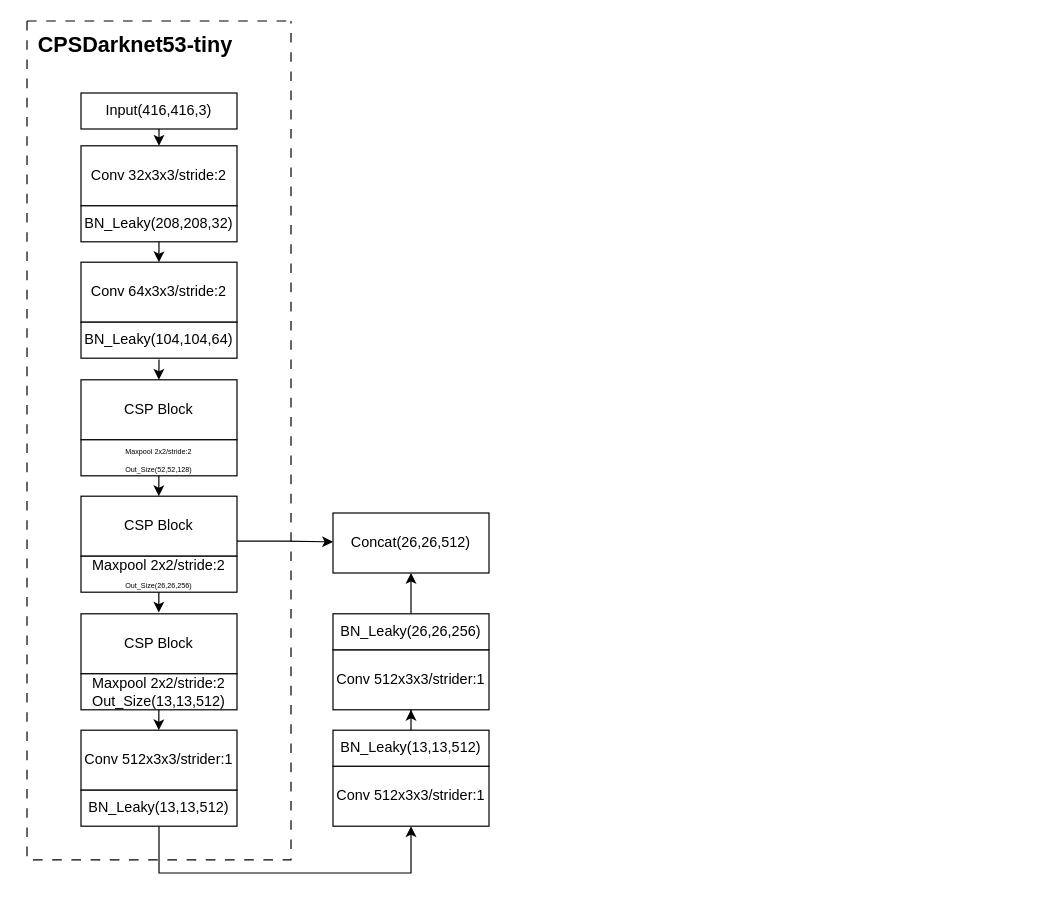
This is 系统顶层.drawio from Tanglia/draw, a draw.io file, before an edit. Source tidied: cells renumbered, new cells numbered last; positions are measured from the earlier drawing's top-left corner, leaving out a move shared by most shapes. Both pictures are drawn from the tidied source at 120%, with x=0, y=0 at pixel (20, 20).
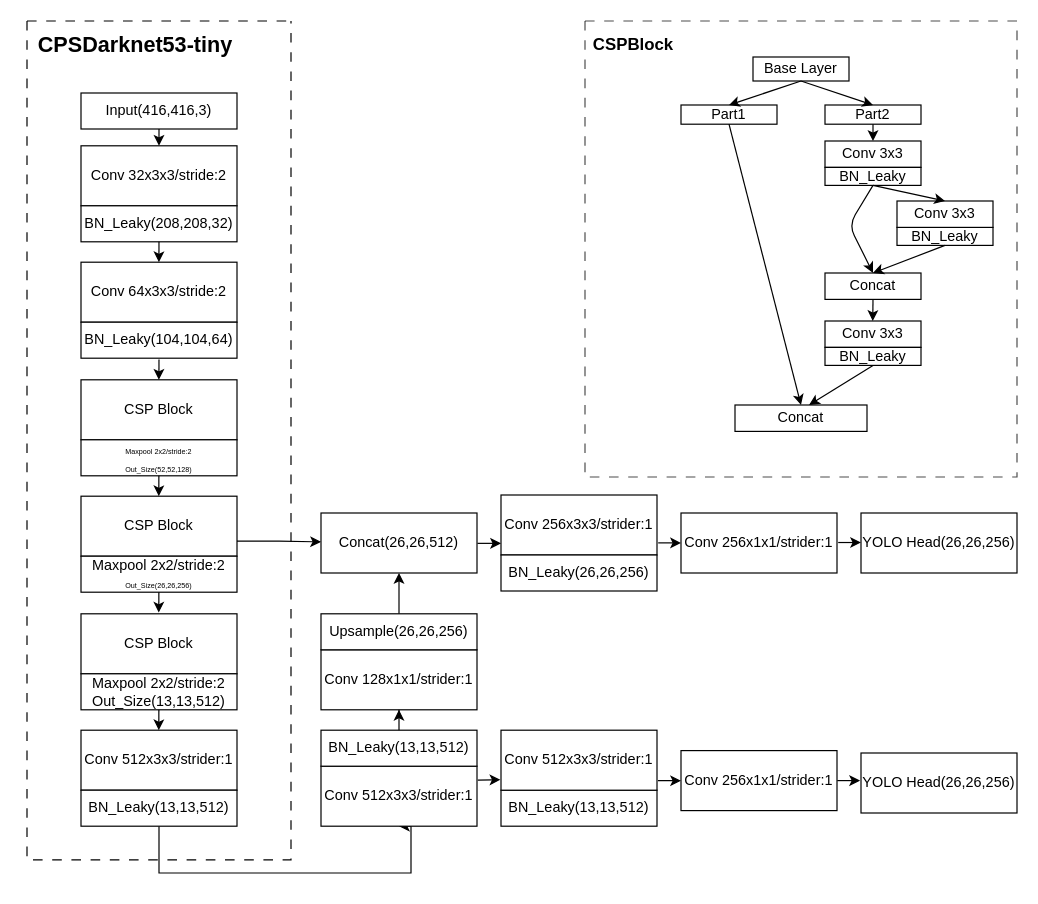
Above is the later version.

Commit message:
更新系统顶层.drawio

Diff of the diagram source:
```diff
@@
     <mxCell id="25" value="Conv 512x3x3/strider:1" style="rounded=0;whiteSpace=wrap;html=1;flipV=0;flipH=1;direction=west;" parent="1" vertex="1">
-      <mxGeometry x="260" y="621" width="130" height="50" as="geometry" />
+      <mxGeometry x="250" y="621" width="130" height="50" as="geometry" />
     </mxCell>
@@
     <mxCell id="27" value="BN_Leaky(13,13,512)" style="rounded=0;whiteSpace=wrap;html=1;flipV=0;flipH=1;direction=west;" parent="1" vertex="1">
-      <mxGeometry x="260" y="591" width="130" height="30" as="geometry" />
+      <mxGeometry x="250" y="591" width="130" height="30" as="geometry" />
     </mxCell>
-    <mxCell id="28" value="Conv 512x3x3/strider:1" style="rounded=0;whiteSpace=wrap;html=1;flipV=0;flipH=1;direction=west;" parent="1" vertex="1">
-      <mxGeometry x="260" y="524" width="130" height="50" as="geometry" />
+    <mxCell id="28" value="Conv 128x1x1/strider:1" style="rounded=0;whiteSpace=wrap;html=1;flipV=0;flipH=1;direction=west;" parent="1" vertex="1">
+      <mxGeometry x="250" y="524" width="130" height="50" as="geometry" />
     </mxCell>
@@
-    <mxCell id="30" value="BN_Leaky(26,26,256)" style="rounded=0;whiteSpace=wrap;html=1;flipV=0;flipH=1;direction=west;" parent="1" vertex="1">
-      <mxGeometry x="260" y="494" width="130" height="30" as="geometry" />
+    <mxCell id="30" value="Upsample(26,26,256)" style="rounded=0;whiteSpace=wrap;html=1;flipV=0;flipH=1;direction=west;" parent="1" vertex="1">
+      <mxGeometry x="250" y="494" width="130" height="30" as="geometry" />
     </mxCell>
     <mxCell id="31" value="Concat(26,26,512)" style="rounded=0;whiteSpace=wrap;html=1;flipV=0;flipH=1;direction=west;" parent="1" vertex="1">
-      <mxGeometry x="260" y="410" width="130" height="50" as="geometry" />
+      <mxGeometry x="250" y="410" width="130" height="50" as="geometry" />
     </mxCell>
+    <mxCell id="32" value="Conv 256x3x3/strider:1" style="rounded=0;whiteSpace=wrap;html=1;flipV=1;flipH=0;" parent="1" vertex="1">
+      <mxGeometry x="400" y="395" width="130" height="50" as="geometry" />
+    </mxCell>
+    <mxCell id="33" value="BN_Leaky(26,26,256)" style="rounded=0;whiteSpace=wrap;html=1;flipV=1;flipH=0;" parent="1" vertex="1">
+      <mxGeometry x="400" y="445" width="130" height="30" as="geometry" />
+    </mxCell>
+    <mxCell id="34" value="BN_Leaky(13,13,512)" style="rounded=0;whiteSpace=wrap;html=1;flipV=0;flipH=1;direction=west;" parent="1" vertex="1">
+      <mxGeometry x="400" y="641" width="130" height="30" as="geometry" />
+    </mxCell>
+    <mxCell id="35" value="Conv 512x3x3/strider:1" style="rounded=0;whiteSpace=wrap;html=1;flipV=0;flipH=1;direction=west;" parent="1" vertex="1">
+      <mxGeometry x="400" y="591" width="130" height="50" as="geometry" />
+    </mxCell>
+    <mxCell id="36" value="YOLO Head(26,26,256)" style="rounded=0;whiteSpace=wrap;html=1;flipV=0;flipH=1;direction=west;" parent="1" vertex="1">
+      <mxGeometry x="700" y="610" width="130" height="50" as="geometry" />
+    </mxCell>
+    <mxCell id="37" value="Conv 256x1x1/strider:1" style="rounded=0;whiteSpace=wrap;html=1;flipV=0;flipH=1;direction=west;" parent="1" vertex="1">
+      <mxGeometry x="550" y="410" width="130" height="50" as="geometry" />
+    </mxCell>
+    <mxCell id="38" style="edgeStyle=orthogonalEdgeStyle;rounded=0;jettySize=auto;html=1;exitX=1.006;exitY=0.159;exitDx=0;exitDy=0;exitPerimeter=0;" parent="1" edge="1" source="35" target="39">
+      <mxGeometry relative="1" as="geometry" />
+    </mxCell>
+    <mxCell id="39" value="Conv 256x1x1/strider:1" style="rounded=0;whiteSpace=wrap;html=1;flipV=0;flipH=1;direction=west;" parent="1" vertex="1">
+      <mxGeometry x="550" y="608" width="130" height="50" as="geometry" />
+    </mxCell>
+    <mxCell id="40" value="YOLO Head(26,26,256)" style="rounded=0;whiteSpace=wrap;html=1;flipV=0;flipH=1;direction=west;" parent="1" vertex="1">
+      <mxGeometry x="700" y="410" width="130" height="50" as="geometry" />
+    </mxCell>
+    <mxCell id="41" style="endArrow=classic;html=1;rounded=0;entryX=-0.004;entryY=0.175;entryDx=0;entryDy=0;entryPerimeter=0;exitX=1.005;exitY=0.769;exitDx=0;exitDy=0;exitPerimeter=0;" parent="1" edge="1" source="25" target="35">
+      <mxGeometry relative="1" as="geometry" />
+    </mxCell>
+    <mxCell id="42" style="endArrow=classic;html=1;rounded=0;entryX=0;entryY=0.194;entryDx=0;entryDy=0;entryPerimeter=0;exitX=1.005;exitY=0.769;exitDx=0;exitDy=0;exitPerimeter=0;" parent="1" edge="1" target="32">
+      <mxGeometry relative="1" as="geometry">
+        <mxPoint x="380.4" y="435.3" as="sourcePoint" />
+      </mxGeometry>
+    </mxCell>
+    <mxCell id="43" style="edgeStyle=orthogonalEdgeStyle;rounded=0;orthogonalLoop=1;jettySize=auto;html=1;exitX=1.006;exitY=0.159;exitDx=0;exitDy=0;exitPerimeter=0;" parent="1" edge="1">
+      <mxGeometry relative="1" as="geometry">
+        <mxPoint x="531" y="434.9" as="sourcePoint" />
+        <mxPoint x="550" y="434.9" as="targetPoint" />
+      </mxGeometry>
+    </mxCell>
+    <mxCell id="44" style="edgeStyle=orthogonalEdgeStyle;rounded=0;orthogonalLoop=1;jettySize=auto;html=1;exitX=1.006;exitY=0.159;exitDx=0;exitDy=0;exitPerimeter=0;" parent="1" edge="1">
+      <mxGeometry relative="1" as="geometry">
+        <mxPoint x="681" y="434.6" as="sourcePoint" />
+        <mxPoint x="700" y="434.6" as="targetPoint" />
+      </mxGeometry>
+    </mxCell>
+    <mxCell id="45" style="edgeStyle=orthogonalEdgeStyle;rounded=0;orthogonalLoop=1;jettySize=auto;html=1;exitX=1.006;exitY=0.159;exitDx=0;exitDy=0;exitPerimeter=0;" parent="1" edge="1">
+      <mxGeometry relative="1" as="geometry">
+        <mxPoint x="680.2" y="633" as="sourcePoint" />
+        <mxPoint x="699.2" y="633" as="targetPoint" />
+      </mxGeometry>
+    </mxCell>
+    <mxCell id="46" style="swimlane;startSize=0;dashed=1;dashPattern=8 8;opacity=70;" parent="1" vertex="1">
+      <mxGeometry x="470" width="360" height="380" as="geometry" />
+    </mxCell>
+    <mxCell id="47" value="&lt;b&gt;&lt;font style=&quot;font-size: 14px;&quot;&gt;CSPBlock&lt;/font&gt;&lt;/b&gt;" style="text;html=1;align=center;verticalAlign=middle;strokeColor=none;fillColor=none;" parent="46" vertex="1">
+      <mxGeometry x="-5" y="5" width="90" height="30" as="geometry" />
+    </mxCell>
+    <mxCell id="48" value="Base Layer" style="rounded=0;whiteSpace=wrap;html=1;" parent="46" vertex="1">
+      <mxGeometry x="140" y="30" width="80" height="20" as="geometry" />
+    </mxCell>
+    <mxCell id="49" value="Part1" style="rounded=0;whiteSpace=wrap;html=1;" parent="46" vertex="1">
+      <mxGeometry x="80" y="70" width="80" height="16" as="geometry" />
+    </mxCell>
+    <mxCell id="50" value="Part2" style="rounded=0;whiteSpace=wrap;html=1;" parent="46" vertex="1">
+      <mxGeometry x="200" y="70" width="80" height="16" as="geometry" />
+    </mxCell>
+    <mxCell id="51" value="Conv 3x3" style="rounded=0;whiteSpace=wrap;html=1;" parent="46" vertex="1">
+      <mxGeometry x="200" y="100" width="80" height="22" as="geometry" />
+    </mxCell>
+    <mxCell id="52" value="BN_Leaky" style="rounded=0;whiteSpace=wrap;html=1;" parent="46" vertex="1">
+      <mxGeometry x="200" y="122" width="80" height="15" as="geometry" />
+    </mxCell>
+    <mxCell id="53" value="BN_Leaky" style="rounded=0;whiteSpace=wrap;html=1;" parent="46" vertex="1">
+      <mxGeometry x="260" y="172" width="80" height="15" as="geometry" />
+    </mxCell>
+    <mxCell id="54" value="Conv 3x3" style="rounded=0;whiteSpace=wrap;html=1;" parent="46" vertex="1">
+      <mxGeometry x="260" y="150" width="80" height="22" as="geometry" />
+    </mxCell>
+    <mxCell id="55" value="Concat" style="rounded=0;whiteSpace=wrap;html=1;" parent="46" vertex="1">
+      <mxGeometry x="200" y="210" width="80" height="22" as="geometry" />
+    </mxCell>
+    <mxCell id="56" value="Conv 3x3" style="rounded=0;whiteSpace=wrap;html=1;" parent="46" vertex="1">
+      <mxGeometry x="200" y="250" width="80" height="22" as="geometry" />
+    </mxCell>
+    <mxCell id="57" value="BN_Leaky" style="rounded=0;whiteSpace=wrap;html=1;" parent="46" vertex="1">
+      <mxGeometry x="200" y="272" width="80" height="15" as="geometry" />
+    </mxCell>
+    <mxCell id="58" value="Concat" style="rounded=0;whiteSpace=wrap;html=1;" parent="46" vertex="1">
+      <mxGeometry x="125" y="320" width="110" height="22" as="geometry" />
+    </mxCell>
+    <mxCell id="59" style="endArrow=classic;html=1;rounded=0;entryX=0.5;entryY=0;entryDx=0;entryDy=0;" parent="46" edge="1" target="58">
+      <mxGeometry relative="1" as="geometry">
+        <mxPoint x="120" y="86" as="sourcePoint" />
+      </mxGeometry>
+    </mxCell>
+    <mxCell id="60" style="endArrow=classic;html=1;rounded=0;exitX=0.5;exitY=1;exitDx=0;exitDy=0;entryX=0.5;entryY=0;entryDx=0;entryDy=0;" parent="46" edge="1" source="48" target="49">
+      <mxGeometry relative="1" as="geometry" />
+    </mxCell>
+    <mxCell id="61" style="endArrow=classic;html=1;rounded=0;exitX=0.5;exitY=1;exitDx=0;exitDy=0;entryX=0.5;entryY=0;entryDx=0;entryDy=0;" parent="46" edge="1" source="48" target="50">
+      <mxGeometry relative="1" as="geometry" />
+    </mxCell>
+    <mxCell id="62" style="endArrow=classic;html=1;rounded=0;entryX=0.5;entryY=0;entryDx=0;entryDy=0;exitX=0.5;exitY=1;exitDx=0;exitDy=0;" parent="46" edge="1" source="50" target="51">
+      <mxGeometry relative="1" as="geometry" />
+    </mxCell>
+    <mxCell id="63" style="endArrow=classic;html=1;rounded=0;entryX=0.5;entryY=0;entryDx=0;entryDy=0;exitX=0.5;exitY=1;exitDx=0;exitDy=0;" parent="46" edge="1" source="55">
+      <mxGeometry relative="1" as="geometry">
+        <mxPoint x="239.8" y="250" as="targetPoint" />
+      </mxGeometry>
+    </mxCell>
+    <mxCell id="64" style="endArrow=classic;html=1;rounded=0;entryX=0.5;entryY=0;entryDx=0;entryDy=0;exitX=0.5;exitY=1;exitDx=0;exitDy=0;" parent="46" edge="1" source="52" target="54">
+      <mxGeometry relative="1" as="geometry" />
+    </mxCell>
+    <mxCell id="65" style="endArrow=classic;html=1;rounded=0;exitX=0.5;exitY=1;exitDx=0;exitDy=0;entryX=0.5;entryY=0;entryDx=0;entryDy=0;" parent="46" edge="1" source="53" target="55">
+      <mxGeometry relative="1" as="geometry" />
+    </mxCell>
+    <mxCell id="66" style="endArrow=classic;html=1;rounded=0;exitX=0.5;exitY=1;exitDx=0;exitDy=0;entryX=0.561;entryY=0;entryDx=0;entryDy=0;entryPerimeter=0;" parent="46" edge="1" source="57" target="58">
+      <mxGeometry relative="1" as="geometry" />
+    </mxCell>
+    <mxCell id="67" style="endArrow=classic;html=1;rounded=1;exitX=0.5;exitY=1;exitDx=0;exitDy=0;" parent="1" edge="1" source="52">
+      <mxGeometry relative="1" as="geometry">
+        <mxPoint x="710" y="210" as="targetPoint" />
+        <Array as="points">
+          <mxPoint x="690" y="170" />
+        </Array>
+      </mxGeometry>
+    </mxCell>
```
